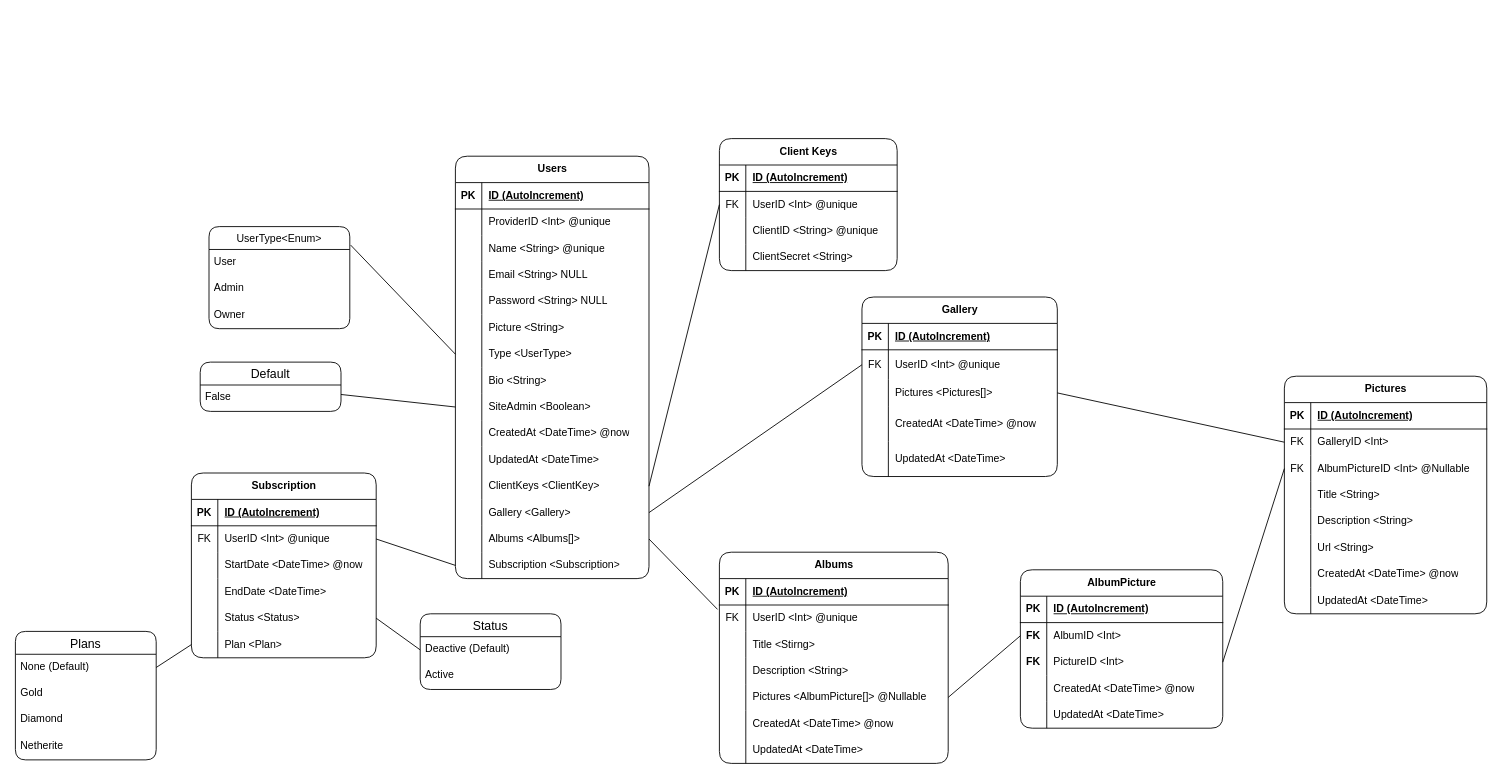
Before: project/models/Pixelarium.drawio in Novanaa/Pixelarium, a draw.io diagram. Source tidied: cells renumbered, new cells numbered last; positions are measured from the earlier drawing's top-left corner, leaving out a move shared by most shapes. Both pictures are drawn from the tidied source at 88%, with x=0, y=0 at pixel (15, 138).
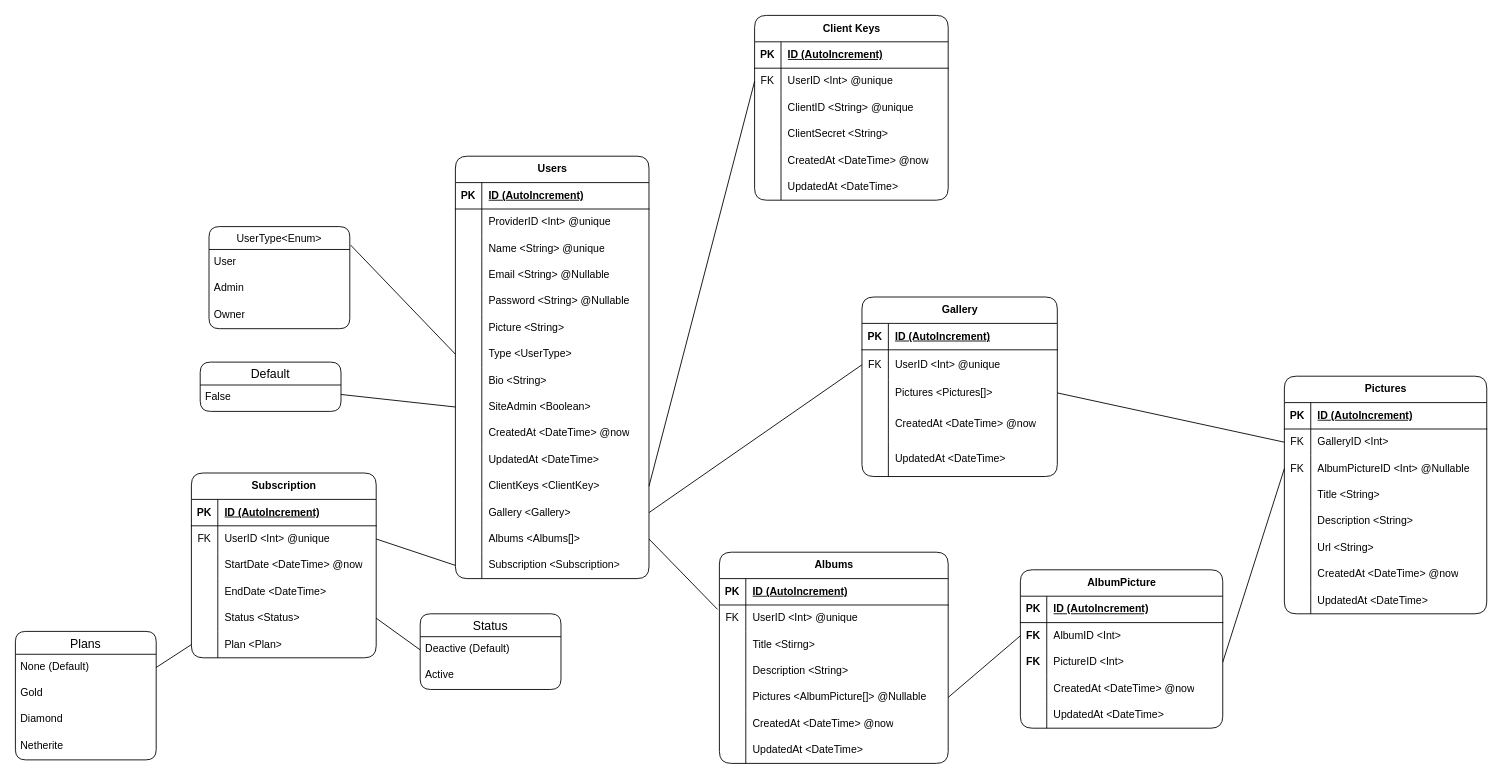
The same page after the edit.

Commit message (it also covers changes not shown here):
Added createdAt and updatedAt for client keys model

Unchanged cells that the change refers to:
```xml
<mxCell id="12" style="shape=tableRow;horizontal=0;startSize=0;swimlaneHead=0;swimlaneBody=0;fillColor=none;top=0;left=0;right=0;bottom=0;" parent="2" vertex="1">
  <mxGeometry y="120" width="220" height="30" as="geometry" />
</mxCell>
<mxCell id="15" style="shape=tableRow;horizontal=0;startSize=0;swimlaneHead=0;swimlaneBody=0;fillColor=none;top=0;left=0;right=0;bottom=0;" parent="2" vertex="1">
  <mxGeometry y="150" width="220" height="30" as="geometry" />
</mxCell>
```

What changed in the source:
```diff
@@
-    <mxCell id="14" value="Email &amp;lt;String&amp;gt; NULL" style="shape=partialRectangle;fillColor=none;top=0;left=0;bottom=0;right=0;align=left;spacingLeft=6;overflow=hidden;whiteSpace=wrap;html=1;" parent="12" vertex="1">
+    <mxCell id="14" value="Email &amp;lt;String&amp;gt; @Nullable" style="shape=partialRectangle;fillColor=none;top=0;left=0;bottom=0;right=0;align=left;spacingLeft=6;overflow=hidden;whiteSpace=wrap;html=1;" parent="12" vertex="1">
       <mxGeometry x="30" width="190" height="30" as="geometry" />
     </mxCell>
@@
-    <mxCell id="17" value="Password &amp;lt;String&amp;gt; NULL" style="shape=partialRectangle;fillColor=none;top=0;left=0;bottom=0;right=0;align=left;spacingLeft=6;overflow=hidden;whiteSpace=wrap;html=1;" parent="15" vertex="1">
+    <mxCell id="17" value="Password &amp;lt;String&amp;gt; @Nullable" style="shape=partialRectangle;fillColor=none;top=0;left=0;bottom=0;right=0;align=left;spacingLeft=6;overflow=hidden;whiteSpace=wrap;html=1;" parent="15" vertex="1">
       <mxGeometry x="30" width="190" height="30" as="geometry" />
     </mxCell>
@@
     <mxCell id="56" value="Client Keys" style="shape=table;startSize=30;childLayout=tableLayout;rowLines=0;fontStyle=1;align=center;html=1;rounded=1;" parent="1" vertex="1">
-      <mxGeometry x="800" width="202" height="150" as="geometry" />
+      <mxGeometry x="840" y="-140" width="220" height="210" as="geometry" />
     </mxCell>
     <mxCell id="57" style="shape=tableRow;horizontal=0;startSize=0;swimlaneHead=0;swimlaneBody=0;fillColor=none;top=0;left=0;right=0;bottom=1;" parent="56" vertex="1">
-      <mxGeometry y="30" width="202" height="30" as="geometry" />
+      <mxGeometry y="30" width="220" height="30" as="geometry" />
     </mxCell>
@@
     <mxCell id="59" value="ID (AutoIncrement)" style="shape=partialRectangle;fillColor=none;top=0;left=0;bottom=0;right=0;align=left;spacingLeft=6;fontStyle=5;overflow=hidden;whiteSpace=wrap;html=1;" parent="57" vertex="1">
-      <mxGeometry x="30" width="172" height="30" as="geometry" />
+      <mxGeometry x="30" width="190" height="30" as="geometry" />
     </mxCell>
     <mxCell id="60" style="shape=tableRow;horizontal=0;startSize=0;swimlaneHead=0;swimlaneBody=0;fillColor=none;points=[[0,0.5],[1,0.5]];portConstraint=eastwest;top=0;left=0;right=0;bottom=0;" parent="56" vertex="1">
-      <mxGeometry y="60" width="202" height="30" as="geometry" />
+      <mxGeometry y="60" width="220" height="30" as="geometry" />
     </mxCell>
@@
     <mxCell id="62" value="UserID &amp;lt;Int&amp;gt; @unique" style="shape=partialRectangle;fillColor=none;top=0;left=0;bottom=0;right=0;align=left;spacingLeft=6;overflow=hidden;whiteSpace=wrap;html=1;" parent="60" vertex="1">
-      <mxGeometry x="30" width="172" height="30" as="geometry" />
+      <mxGeometry x="30" width="190" height="30" as="geometry" />
     </mxCell>
     <mxCell id="63" style="shape=tableRow;horizontal=0;startSize=0;swimlaneHead=0;swimlaneBody=0;fillColor=none;top=0;left=0;right=0;bottom=0;" parent="56" vertex="1">
-      <mxGeometry y="90" width="202" height="30" as="geometry" />
+      <mxGeometry y="90" width="220" height="30" as="geometry" />
     </mxCell>
@@
     <mxCell id="65" value="ClientID &amp;lt;String&amp;gt; @unique" style="shape=partialRectangle;fillColor=none;top=0;left=0;bottom=0;right=0;align=left;spacingLeft=6;overflow=hidden;whiteSpace=wrap;html=1;" parent="63" vertex="1">
-      <mxGeometry x="30" width="172" height="30" as="geometry" />
+      <mxGeometry x="30" width="190" height="30" as="geometry" />
     </mxCell>
     <mxCell id="66" style="shape=tableRow;horizontal=0;startSize=0;swimlaneHead=0;swimlaneBody=0;fillColor=none;top=0;left=0;right=0;bottom=0;" parent="56" vertex="1">
-      <mxGeometry y="120" width="202" height="30" as="geometry" />
+      <mxGeometry y="120" width="220" height="30" as="geometry" />
     </mxCell>
@@
     <mxCell id="68" value="ClientSecret &amp;lt;String&amp;gt;&amp;nbsp;" style="shape=partialRectangle;fillColor=none;top=0;left=0;bottom=0;right=0;align=left;spacingLeft=6;overflow=hidden;whiteSpace=wrap;html=1;" parent="66" vertex="1">
-      <mxGeometry x="30" width="172" height="30" as="geometry" />
+      <mxGeometry x="30" width="190" height="30" as="geometry" />
     </mxCell>
+    <mxCell id="184" style="shape=tableRow;horizontal=0;startSize=0;swimlaneHead=0;swimlaneBody=0;fillColor=none;top=0;left=0;right=0;bottom=0;" parent="56" vertex="1">
+      <mxGeometry y="150" width="220" height="30" as="geometry" />
+    </mxCell>
+    <mxCell id="185" style="shape=partialRectangle;fillColor=none;top=0;left=0;bottom=0;right=0;overflow=hidden;whiteSpace=wrap;html=1;" parent="184" vertex="1">
+      <mxGeometry width="30" height="30" as="geometry" />
+    </mxCell>
+    <mxCell id="186" value="CreatedAt &amp;lt;DateTime&amp;gt; @now" style="shape=partialRectangle;fillColor=none;top=0;left=0;bottom=0;right=0;align=left;spacingLeft=6;overflow=hidden;whiteSpace=wrap;html=1;" parent="184" vertex="1">
+      <mxGeometry x="30" width="190" height="30" as="geometry" />
+    </mxCell>
+    <mxCell id="187" style="shape=tableRow;horizontal=0;startSize=0;swimlaneHead=0;swimlaneBody=0;fillColor=none;top=0;left=0;right=0;bottom=0;" parent="56" vertex="1">
+      <mxGeometry y="180" width="220" height="30" as="geometry" />
+    </mxCell>
+    <mxCell id="188" style="shape=partialRectangle;fillColor=none;top=0;left=0;bottom=0;right=0;overflow=hidden;whiteSpace=wrap;html=1;" parent="187" vertex="1">
+      <mxGeometry width="30" height="30" as="geometry" />
+    </mxCell>
+    <mxCell id="189" value="UpdatedAt &amp;lt;DateTime&amp;gt;" style="shape=partialRectangle;fillColor=none;top=0;left=0;bottom=0;right=0;align=left;spacingLeft=6;overflow=hidden;whiteSpace=wrap;html=1;" parent="187" vertex="1">
+      <mxGeometry x="30" width="190" height="30" as="geometry" />
+    </mxCell>
```
